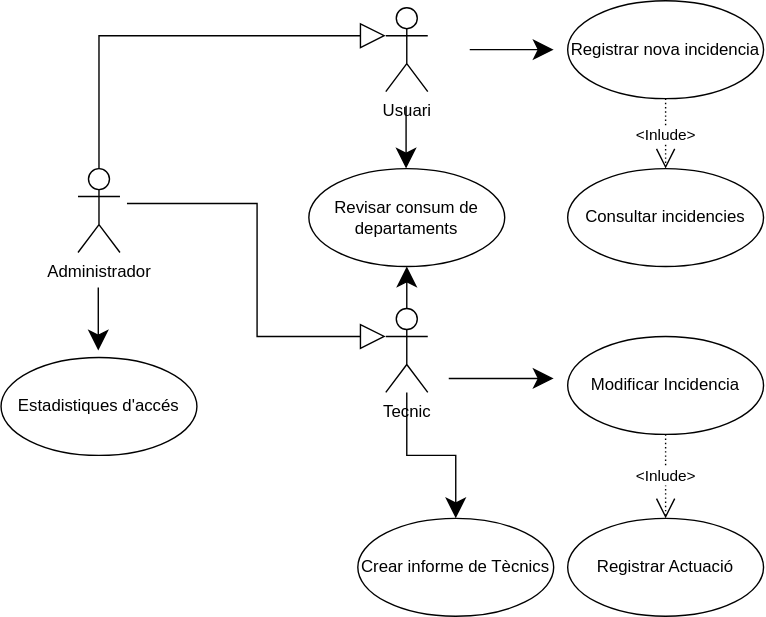
Above: doc/Casos_Us.svg in inspedralbes/projecte-1dam-25-26-dam1_grup7 (draw.io), before the change. Source tidied: cells renumbered, new cells last; positions are measured from the earlier drawing's top-left corner, leaving out a move shared by most shapes. Source of this version:
```xml
<mxGraphModel>
  <root>
    <mxCell id="0" />
    <mxCell id="1" parent="0" />
    <mxCell id="2" value="Registrar nova incidencia" style="ellipse;whiteSpace=wrap;html=1;" parent="1" vertex="1">
      <mxGeometry x="405" width="140" height="70" as="geometry" />
    </mxCell>
    <mxCell id="3" value="&amp;lt;Inlude&amp;gt;" style="endArrow=open;endSize=12;dashed=1;html=1;rounded=0;dashPattern=1 2;exitX=0.5;exitY=1;exitDx=0;exitDy=0;entryX=0.5;entryY=0;entryDx=0;entryDy=0;" parent="1" edge="1" source="2" target="4">
      <mxGeometry relative="1" as="geometry" />
    </mxCell>
    <mxCell id="4" value="Consultar incidencies" style="ellipse;whiteSpace=wrap;html=1;" parent="1" vertex="1">
      <mxGeometry x="405" y="120" width="140" height="70" as="geometry" />
    </mxCell>
    <mxCell id="5" value="Crear informe de Tècnics" style="ellipse;whiteSpace=wrap;html=1;" parent="1" vertex="1">
      <mxGeometry x="255" y="370" width="140" height="70" as="geometry" />
    </mxCell>
    <mxCell id="6" style="endArrow=classic;endSize=12;html=1;rounded=0;endFill=1;entryX=0.5;entryY=0;entryDx=0;entryDy=0;edgeStyle=orthogonalEdgeStyle;" parent="1" edge="1" source="8" target="5">
      <mxGeometry relative="1" as="geometry" />
    </mxCell>
    <mxCell id="7" value="&lt;div&gt;Usuari&lt;/div&gt;&lt;div&gt;&lt;br&gt;&lt;/div&gt;" style="shape=umlActor;verticalLabelPosition=bottom;verticalAlign=top;html=1;" parent="1" vertex="1">
      <mxGeometry x="275" y="5" width="30" height="60" as="geometry" />
    </mxCell>
    <mxCell id="8" value="&lt;div&gt;Tecnic&lt;/div&gt;&lt;div&gt;&lt;br&gt;&lt;/div&gt;" style="shape=umlActor;verticalLabelPosition=bottom;verticalAlign=top;html=1;" parent="1" vertex="1">
      <mxGeometry x="275" y="220" width="30" height="60" as="geometry" />
    </mxCell>
    <mxCell id="9" value="Modificar Incidencia" style="ellipse;whiteSpace=wrap;html=1;" parent="1" vertex="1">
      <mxGeometry x="405" y="240" width="140" height="70" as="geometry" />
    </mxCell>
    <mxCell id="10" style="endArrow=classic;endSize=12;html=1;rounded=0;endFill=1;" parent="1" edge="1">
      <mxGeometry relative="1" as="geometry">
        <mxPoint x="320" y="270" as="sourcePoint" />
        <mxPoint x="395" y="270" as="targetPoint" />
      </mxGeometry>
    </mxCell>
    <mxCell id="11" value="&amp;lt;Inlude&amp;gt;" style="endArrow=open;endSize=12;dashed=1;html=1;rounded=0;dashPattern=1 2;entryX=0.5;entryY=0;entryDx=0;entryDy=0;exitX=0.5;exitY=1;exitDx=0;exitDy=0;" parent="1" edge="1" source="9" target="12">
      <mxGeometry relative="1" as="geometry" />
    </mxCell>
    <mxCell id="12" value="Registrar Actuació" style="ellipse;whiteSpace=wrap;html=1;" parent="1" vertex="1">
      <mxGeometry x="405" y="370" width="140" height="70" as="geometry" />
    </mxCell>
    <mxCell id="13" style="endArrow=classic;endSize=12;html=1;rounded=0;endFill=1;" parent="1" edge="1">
      <mxGeometry relative="1" as="geometry">
        <mxPoint x="335" y="35" as="sourcePoint" />
        <mxPoint x="395" y="35" as="targetPoint" />
      </mxGeometry>
    </mxCell>
    <mxCell id="14" value="&lt;div&gt;Revisar consum de departaments&lt;/div&gt;" style="ellipse;whiteSpace=wrap;html=1;" parent="1" vertex="1">
      <mxGeometry x="220" y="120" width="140" height="70" as="geometry" />
    </mxCell>
    <mxCell id="15" style="endArrow=classic;endSize=12;html=1;rounded=0;endFill=1;entryX=0.5;entryY=1;entryDx=0;entryDy=0;" parent="1" edge="1" target="14">
      <mxGeometry relative="1" as="geometry">
        <mxPoint x="290" y="220" as="sourcePoint" />
      </mxGeometry>
    </mxCell>
    <mxCell id="16" style="endArrow=classic;endSize=12;html=1;rounded=0;endFill=1;" parent="1" edge="1">
      <mxGeometry relative="1" as="geometry">
        <mxPoint x="289.5" y="75" as="sourcePoint" />
        <mxPoint x="289.5" y="120" as="targetPoint" />
      </mxGeometry>
    </mxCell>
    <mxCell id="17" value="&lt;div&gt;Administrador&lt;/div&gt;&lt;div&gt;&lt;br&gt;&lt;/div&gt;" style="shape=umlActor;verticalLabelPosition=bottom;verticalAlign=top;html=1;" parent="1" vertex="1">
      <mxGeometry x="55" y="120" width="30" height="60" as="geometry" />
    </mxCell>
    <mxCell id="18" value="Estadistiques d'accés" style="ellipse;whiteSpace=wrap;html=1;" parent="1" vertex="1">
      <mxGeometry y="255" width="140" height="70" as="geometry" />
    </mxCell>
    <mxCell id="19" style="endArrow=classic;endSize=12;html=1;rounded=0;endFill=1;" parent="1" edge="1">
      <mxGeometry relative="1" as="geometry">
        <mxPoint x="69.5" y="205" as="sourcePoint" />
        <mxPoint x="69.5" y="250" as="targetPoint" />
      </mxGeometry>
    </mxCell>
    <mxCell id="20" style="endArrow=block;endSize=16;endFill=0;html=1;rounded=0;edgeStyle=orthogonalEdgeStyle;exitX=0.5;exitY=0;exitDx=0;exitDy=0;exitPerimeter=0;entryX=0;entryY=0.3333333333333333;entryDx=0;entryDy=0;entryPerimeter=0;" parent="1" edge="1" source="17" target="7">
      <mxGeometry relative="1" as="geometry" />
    </mxCell>
    <mxCell id="21" style="endArrow=block;endSize=16;endFill=0;html=1;rounded=0;edgeStyle=orthogonalEdgeStyle;exitX=0.5;exitY=0;exitDx=0;exitDy=0;exitPerimeter=0;entryX=0;entryY=0.3333333333333333;entryDx=0;entryDy=0;entryPerimeter=0;" parent="1" edge="1" target="8">
      <mxGeometry relative="1" as="geometry">
        <mxPoint x="90" y="145" as="sourcePoint" />
      </mxGeometry>
    </mxCell>
  </root>
</mxGraphModel>
```
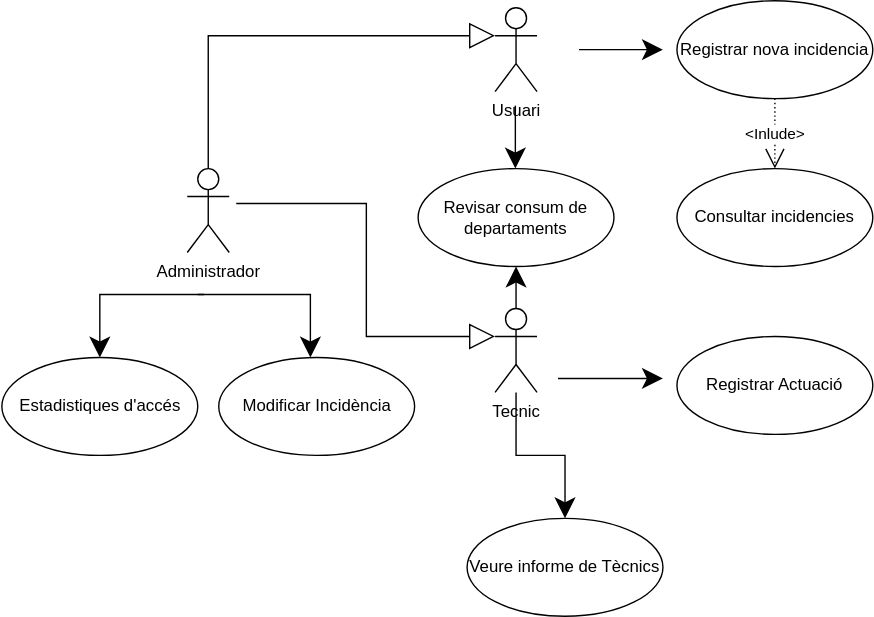
The same diagram one commit later.

The edit, as a diff of the source:
```diff
@@ -11,7 +11,7 @@
     <mxCell id="4" value="Consultar incidencies" style="ellipse;whiteSpace=wrap;html=1;" parent="1" vertex="1">
       <mxGeometry x="405" y="120" width="140" height="70" as="geometry" />
     </mxCell>
-    <mxCell id="5" value="Crear informe de Tècnics" style="ellipse;whiteSpace=wrap;html=1;" parent="1" vertex="1">
+    <mxCell id="5" value="Veure informe de Tècnics" style="ellipse;whiteSpace=wrap;html=1;" parent="1" vertex="1">
       <mxGeometry x="255" y="370" width="140" height="70" as="geometry" />
     </mxCell>
     <mxCell id="6" style="endArrow=classic;endSize=12;html=1;rounded=0;endFill=1;entryX=0.5;entryY=0;entryDx=0;entryDy=0;edgeStyle=orthogonalEdgeStyle;" parent="1" edge="1" source="8" target="5">
@@ -23,20 +23,14 @@
     <mxCell id="8" value="&lt;div&gt;Tecnic&lt;/div&gt;&lt;div&gt;&lt;br&gt;&lt;/div&gt;" style="shape=umlActor;verticalLabelPosition=bottom;verticalAlign=top;html=1;" parent="1" vertex="1">
       <mxGeometry x="275" y="220" width="30" height="60" as="geometry" />
     </mxCell>
-    <mxCell id="9" value="Modificar Incidencia" style="ellipse;whiteSpace=wrap;html=1;" parent="1" vertex="1">
-      <mxGeometry x="405" y="240" width="140" height="70" as="geometry" />
-    </mxCell>
     <mxCell id="10" style="endArrow=classic;endSize=12;html=1;rounded=0;endFill=1;" parent="1" edge="1">
       <mxGeometry relative="1" as="geometry">
         <mxPoint x="320" y="270" as="sourcePoint" />
         <mxPoint x="395" y="270" as="targetPoint" />
       </mxGeometry>
     </mxCell>
-    <mxCell id="11" value="&amp;lt;Inlude&amp;gt;" style="endArrow=open;endSize=12;dashed=1;html=1;rounded=0;dashPattern=1 2;entryX=0.5;entryY=0;entryDx=0;entryDy=0;exitX=0.5;exitY=1;exitDx=0;exitDy=0;" parent="1" edge="1" source="9" target="12">
-      <mxGeometry relative="1" as="geometry" />
-    </mxCell>
     <mxCell id="12" value="Registrar Actuació" style="ellipse;whiteSpace=wrap;html=1;" parent="1" vertex="1">
-      <mxGeometry x="405" y="370" width="140" height="70" as="geometry" />
+      <mxGeometry x="405" y="240" width="140" height="70" as="geometry" />
     </mxCell>
     <mxCell id="13" style="endArrow=classic;endSize=12;html=1;rounded=0;endFill=1;" parent="1" edge="1">
       <mxGeometry relative="1" as="geometry">
@@ -61,15 +55,6 @@
     <mxCell id="17" value="&lt;div&gt;Administrador&lt;/div&gt;&lt;div&gt;&lt;br&gt;&lt;/div&gt;" style="shape=umlActor;verticalLabelPosition=bottom;verticalAlign=top;html=1;" parent="1" vertex="1">
       <mxGeometry x="55" y="120" width="30" height="60" as="geometry" />
     </mxCell>
-    <mxCell id="18" value="Estadistiques d'accés" style="ellipse;whiteSpace=wrap;html=1;" parent="1" vertex="1">
-      <mxGeometry y="255" width="140" height="70" as="geometry" />
-    </mxCell>
-    <mxCell id="19" style="endArrow=classic;endSize=12;html=1;rounded=0;endFill=1;" parent="1" edge="1">
-      <mxGeometry relative="1" as="geometry">
-        <mxPoint x="69.5" y="205" as="sourcePoint" />
-        <mxPoint x="69.5" y="250" as="targetPoint" />
-      </mxGeometry>
-    </mxCell>
     <mxCell id="20" style="endArrow=block;endSize=16;endFill=0;html=1;rounded=0;edgeStyle=orthogonalEdgeStyle;exitX=0.5;exitY=0;exitDx=0;exitDy=0;exitPerimeter=0;entryX=0;entryY=0.3333333333333333;entryDx=0;entryDy=0;entryPerimeter=0;" parent="1" edge="1" source="17" target="7">
       <mxGeometry relative="1" as="geometry" />
     </mxCell>
@@ -78,5 +63,28 @@
         <mxPoint x="90" y="145" as="sourcePoint" />
       </mxGeometry>
     </mxCell>
+    <mxCell id="18" value="Estadistiques d'accés" style="ellipse;whiteSpace=wrap;html=1;" parent="1" vertex="1">
+      <mxGeometry x="-77.5" y="255" width="140" height="70" as="geometry" />
+    </mxCell>
+    <mxCell id="22" style="endArrow=classic;endSize=12;html=1;rounded=0;endFill=1;entryX=0.5;entryY=0;entryDx=0;entryDy=0;" parent="1" edge="1" target="18">
+      <mxGeometry relative="1" as="geometry">
+        <mxPoint x="67" y="210" as="sourcePoint" />
+        <Array as="points">
+          <mxPoint x="-7.5" y="210" />
+        </Array>
+      </mxGeometry>
+    </mxCell>
+    <mxCell id="23" value="Modificar Incidència" style="ellipse;whiteSpace=wrap;html=1;" parent="1" vertex="1">
+      <mxGeometry x="77.5" y="255" width="140" height="70" as="geometry" />
+    </mxCell>
+    <mxCell id="24" style="endArrow=classic;endSize=12;html=1;rounded=0;endFill=1;entryX=0.5;entryY=0;entryDx=0;entryDy=0;" parent="1" edge="1">
+      <mxGeometry relative="1" as="geometry">
+        <mxPoint x="62.5" y="210" as="sourcePoint" />
+        <mxPoint x="143" y="255" as="targetPoint" />
+        <Array as="points">
+          <mxPoint x="143" y="210" />
+        </Array>
+      </mxGeometry>
+    </mxCell>
   </root>
 </mxGraphModel>
```
